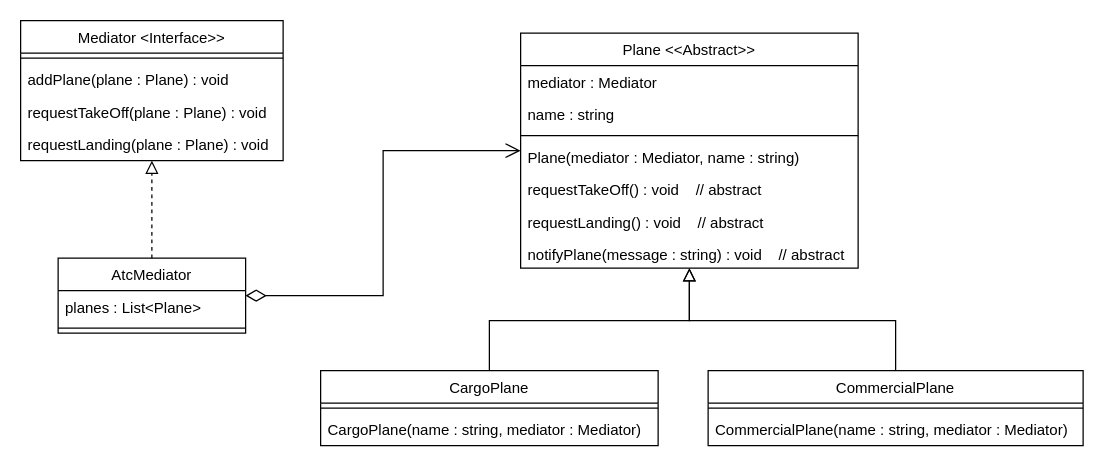
Before: umls/Mediator.drawio in rishabmamgai/LLD, a draw.io diagram. Source tidied: cells renumbered, new cells numbered last; positions are measured from the earlier drawing's top-left corner, leaving out a move shared by most shapes. Both pictures are drawn from the tidied source at 125%, with x=0, y=0 at pixel (20, 20).
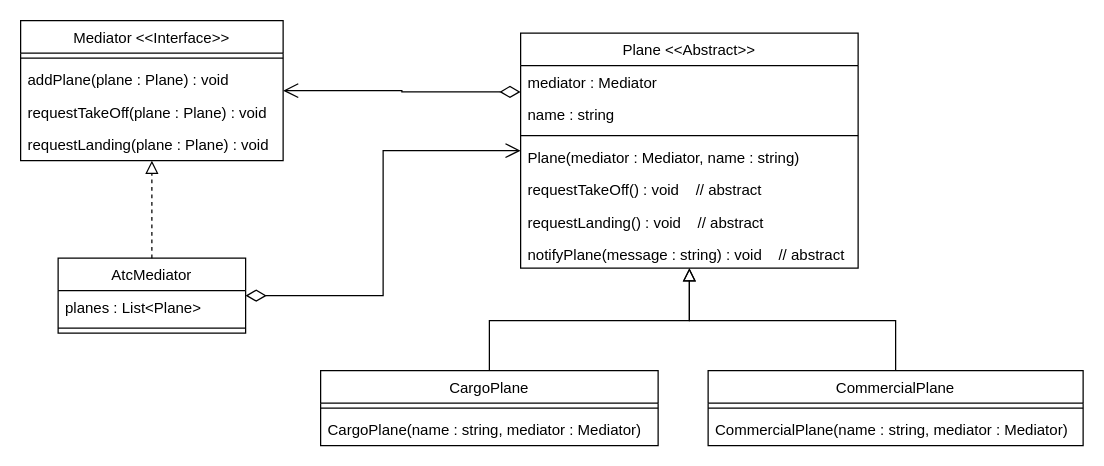
The same diagram, later.

Unchanged cells that the change refers to:
```xml
<mxCell id="10" value="Plane &lt;&lt;Abstract&gt;&gt;" style="swimlane;fontStyle=0;align=center;verticalAlign=top;horizontal=1;startSize=26;rounded=0;shadow=0;strokeWidth=1;" parent="1" vertex="1">
  <mxGeometry x="400" y="10" width="270" height="188" as="geometry" />
</mxCell>
```

Change to the diagram source:
```diff
@@
-    <mxCell id="5" value="Mediator &lt;Interface&gt;&gt;" style="swimlane;fontStyle=0;align=center;verticalAlign=top;horizontal=1;startSize=26;rounded=0;shadow=0;strokeWidth=1;" parent="1" vertex="1">
+    <mxCell id="5" value="Mediator &lt;&lt;Interface&gt;&gt;" style="swimlane;fontStyle=0;align=center;verticalAlign=top;horizontal=1;startSize=26;rounded=0;shadow=0;strokeWidth=1;" parent="1" vertex="1">
       <mxGeometry width="210" height="112" as="geometry" />
     </mxCell>
@@
+    <mxCell id="28" style="endArrow=open;html=1;endSize=10;startArrow=diamondThin;startSize=14;startFill=0;edgeStyle=orthogonalEdgeStyle;align=left;verticalAlign=bottom;rounded=0;entryX=1;entryY=0.5;entryDx=0;entryDy=0;exitX=0;exitY=0.25;exitDx=0;exitDy=0;" parent="1" edge="1" source="10" target="5">
+      <mxGeometry x="-1" y="3" relative="1" as="geometry" />
+    </mxCell>
```
